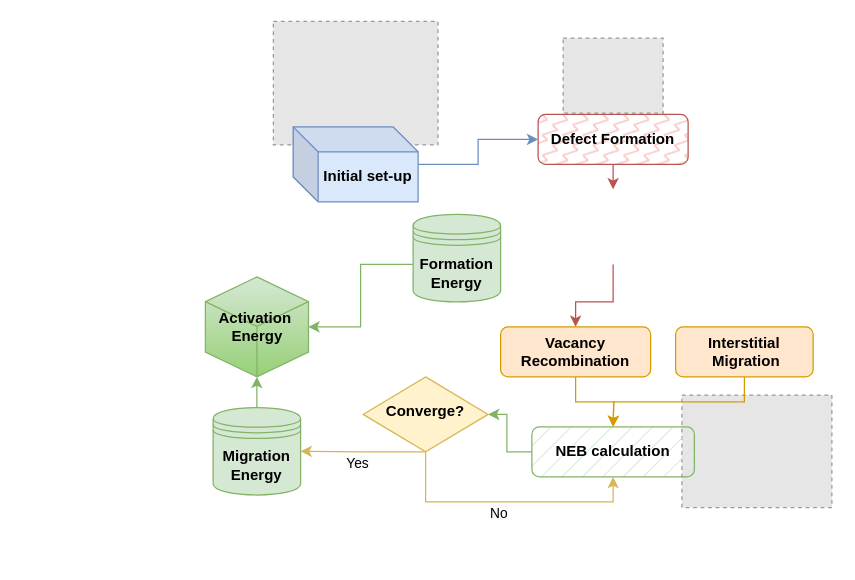
This is Copy of Untitled Diagram.drawio from yicao-elina/drawio, a draw.io file, before an edit. Source tidied: cells renumbered, new cells numbered last; positions are measured from the earlier drawing's top-left corner, leaving out a move shared by most shapes. Both pictures are drawn from the tidied source at 125%, with x=0, y=0 at pixel (205, 21). Pictures stored in the file or linked from it are replaced by grey dashed boxes.
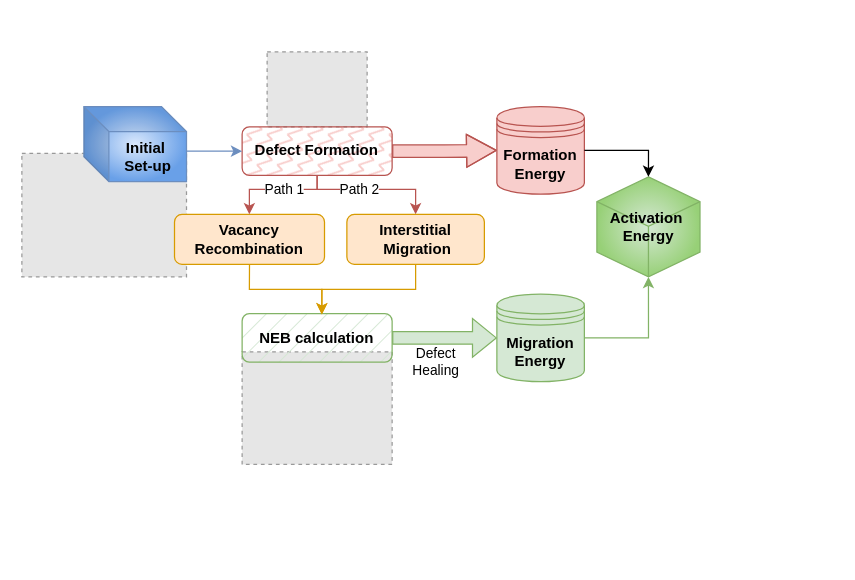
After the change.

Change to the diagram source:
```diff
@@
-    <mxCell id="2" style="group;" parent="1" vertex="1">
-      <mxGeometry x="-0.2" y="-0.4" width="501.2" height="429.4" as="geometry" />
-    </mxCell>
-    <mxCell id="3" style="fillColor=#E6E6E6;strokeColor=#999999;dashed=1;verticalLabelPosition=bottom;labelBackgroundColor=default;verticalAlign=top;" parent="2" vertex="1">
-      <mxGeometry x="381.2" y="298.9" width="120" height="90" as="geometry" />
+    <mxCell id="3" style="fillColor=#E6E6E6;strokeColor=#999999;dashed=1;verticalLabelPosition=bottom;labelBackgroundColor=default;verticalAlign=top;" parent="1" vertex="1">
+      <mxGeometry x="29.2" y="264" width="120" height="90" as="geometry" />
     </mxCell>
-    <mxCell id="4" value="&lt;span style=&quot;color: rgb(0, 0, 0); font-family: Helvetica; font-size: 11px; font-style: normal; font-variant-ligatures: normal; font-variant-caps: normal; font-weight: 400; letter-spacing: normal; orphans: 2; text-align: center; text-indent: 0px; text-transform: none; widows: 2; word-spacing: 0px; -webkit-text-stroke-width: 0px; background-color: rgb(251, 251, 251); text-decoration-thickness: initial; text-decoration-style: initial; text-decoration-color: initial; float: none; display: inline !important;&quot;&gt;No&lt;/span&gt;" style="text;whiteSpace=wrap;html=1;" parent="2" vertex="1">
-      <mxGeometry x="226.2" y="379.4" width="50" height="50" as="geometry" />
-    </mxCell>
-    <mxCell id="5" style="group;" parent="2" vertex="1">
-      <mxGeometry width="486.2" height="389.4" as="geometry" />
-    </mxCell>
-    <mxCell id="6" style="fillColor=#E6E6E6;strokeColor=#999999;dashed=1;verticalLabelPosition=bottom;labelBackgroundColor=default;verticalAlign=top;" parent="5" vertex="1">
-      <mxGeometry x="54.4" width="131.7" height="98.8" as="geometry" />
+    <mxCell id="6" style="fillColor=#E6E6E6;strokeColor=#999999;dashed=1;verticalLabelPosition=bottom;labelBackgroundColor=default;verticalAlign=top;" parent="1" vertex="1">
+      <mxGeometry x="-147" y="105.2" width="131.7" height="98.8" as="geometry" />
     </mxCell>
-    <mxCell id="7" style="fillColor=#E6E6E6;strokeColor=#999999;dashed=1;verticalLabelPosition=bottom;labelBackgroundColor=default;verticalAlign=top;" parent="5" vertex="1">
-      <mxGeometry x="286.2" y="13.4" width="80" height="60" as="geometry" />
+    <mxCell id="7" style="fillColor=#E6E6E6;strokeColor=#999999;dashed=1;verticalLabelPosition=bottom;labelBackgroundColor=default;verticalAlign=top;" parent="1" vertex="1">
+      <mxGeometry x="49.2" y="24" width="80" height="60" as="geometry" />
     </mxCell>
-    <mxCell id="8" style="edgeStyle=orthogonalEdgeStyle;rounded=0;jettySize=auto;html=1;fillColor=#f8cecc;strokeColor=#b85450;" parent="5" edge="1" source="9">
-      <mxGeometry relative="1" as="geometry">
-        <mxPoint x="326.2" y="134.4" as="targetPoint" />
-      </mxGeometry>
-    </mxCell>
+    <mxCell id="28" style="edgeStyle=orthogonalEdgeStyle;rounded=0;jettySize=auto;html=1;exitX=1;exitY=0.5;exitDx=0;exitDy=0;entryX=0;entryY=0.5;entryDx=0;entryDy=0;fillColor=#f8cecc;strokeColor=#b85450;curved=0;jumpStyle=none;endWidth=15.238095238095237;endSize=7.580952380952381;shape=flexArrow;" parent="1" edge="1" source="9" target="25">
+      <mxGeometry relative="1" as="geometry" />
+    </mxCell>
+    <mxCell id="29" style="edgeStyle=orthogonalEdgeStyle;rounded=0;jettySize=auto;html=1;entryX=0.5;entryY=0;entryDx=0;entryDy=0;fillColor=#f8cecc;strokeColor=#b85450;" parent="1" edge="1" source="9" target="12">
+      <mxGeometry relative="1" as="geometry">
+        <Array as="points">
+          <mxPoint x="89" y="134" />
+          <mxPoint x="168" y="134" />
+        </Array>
+      </mxGeometry>
+    </mxCell>
+    <mxCell id="30" value="Path 2" style="edgeLabel;html=1;align=center;verticalAlign=middle;" parent="29" vertex="1">
+      <mxGeometry x="-0.2" y="-1" relative="1" as="geometry">
+        <mxPoint y="-2" as="offset" />
+      </mxGeometry>
+    </mxCell>
-    <mxCell id="9" value="&lt;b&gt;Defect Formation&lt;/b&gt;" style="rounded=1;whiteSpace=wrap;html=1;fontSize=12;glass=0;strokeWidth=1;shadow=0;fillColor=#f8cecc;strokeColor=#b85450;fillStyle=zigzag-line;" parent="5" vertex="1">
-      <mxGeometry x="266.2" y="74.4" width="120" height="40" as="geometry" />
+    <mxCell id="9" value="&lt;b&gt;Defect Formation&lt;/b&gt;" style="rounded=1;whiteSpace=wrap;html=1;fontSize=12;glass=0;strokeWidth=1;shadow=0;fillColor=#f8cecc;strokeColor=#b85450;fillStyle=zigzag-line;gradientColor=none;" parent="1" vertex="1">
+      <mxGeometry x="29.2" y="84" width="120" height="38.8" as="geometry" />
     </mxCell>
-    <mxCell id="10" style="edgeStyle=orthogonalEdgeStyle;rounded=0;jettySize=auto;html=1;entryX=0.5;entryY=0;entryDx=0;entryDy=0;fillColor=#f8cecc;strokeColor=#b85450;" parent="5" edge="1" target="14">
-      <mxGeometry relative="1" as="geometry">
-        <mxPoint x="326.2" y="194.4" as="sourcePoint" />
-        <Array as="points">
-          <mxPoint x="326.2" y="224.4" />
-          <mxPoint x="296.2" y="224.4" />
-        </Array>
-      </mxGeometry>
-    </mxCell>
-    <mxCell id="11" style="edgeStyle=orthogonalEdgeStyle;rounded=0;jettySize=auto;html=1;exitX=0.5;exitY=1;exitDx=0;exitDy=0;entryX=0.5;entryY=0;entryDx=0;entryDy=0;fillColor=#ffe6cc;strokeColor=#d79b00;" parent="5" edge="1" source="12">
-      <mxGeometry relative="1" as="geometry">
-        <mxPoint x="326.2" y="324.4" as="targetPoint" />
-      </mxGeometry>
-    </mxCell>
-    <mxCell id="12" value="&lt;b&gt;Interstitial&lt;br&gt;&amp;nbsp;Migration&lt;/b&gt;" style="rounded=1;whiteSpace=wrap;html=1;fontSize=12;glass=0;strokeWidth=1;shadow=0;fillColor=#ffe6cc;strokeColor=#d79b00;" parent="5" vertex="1">
-      <mxGeometry x="376.2" y="244.4" width="110" height="40" as="geometry" />
+    <mxCell id="12" value="&lt;b&gt;Interstitial&lt;br&gt;&amp;nbsp;Migration&lt;/b&gt;" style="rounded=1;whiteSpace=wrap;html=1;fontSize=12;glass=0;strokeWidth=1;shadow=0;fillColor=#ffe6cc;strokeColor=#d79b00;" parent="1" vertex="1">
+      <mxGeometry x="113" y="154" width="110" height="40" as="geometry" />
     </mxCell>
-    <mxCell id="13" style="edgeStyle=orthogonalEdgeStyle;rounded=0;jettySize=auto;html=1;entryX=0.5;entryY=0;entryDx=0;entryDy=0;fillColor=#ffe6cc;strokeColor=#d79b00;" parent="5" edge="1" source="14">
-      <mxGeometry relative="1" as="geometry">
-        <mxPoint x="326.2" y="324.4" as="targetPoint" />
-      </mxGeometry>
-    </mxCell>
-    <mxCell id="14" value="&lt;b&gt;Vacancy Recombination&lt;/b&gt;" style="rounded=1;whiteSpace=wrap;html=1;fontSize=12;glass=0;strokeWidth=1;shadow=0;fillColor=#ffe6cc;strokeColor=#d79b00;" parent="5" vertex="1">
-      <mxGeometry x="236.2" y="244.4" width="120" height="40" as="geometry" />
+    <mxCell id="14" value="&lt;b&gt;Vacancy Recombination&lt;/b&gt;" style="rounded=1;whiteSpace=wrap;html=1;fontSize=12;glass=0;strokeWidth=1;shadow=0;fillColor=#ffe6cc;strokeColor=#d79b00;" parent="1" vertex="1">
+      <mxGeometry x="-24.9" y="154" width="120" height="40" as="geometry" />
     </mxCell>
-    <mxCell id="15" style="edgeStyle=orthogonalEdgeStyle;rounded=0;jettySize=auto;html=1;entryX=1;entryY=0.5;entryDx=0;entryDy=0;fillColor=#d5e8d4;strokeColor=#82b366;" parent="5" edge="1" source="16" target="19">
-      <mxGeometry relative="1" as="geometry" />
-    </mxCell>
-    <mxCell id="16" value="&lt;b&gt;NEB calculation&lt;/b&gt;" style="rounded=1;whiteSpace=wrap;html=1;fontSize=12;glass=0;strokeWidth=1;shadow=0;fillColor=#d5e8d4;strokeColor=#82b366;fillStyle=hatch;" parent="5" vertex="1">
-      <mxGeometry x="261.2" y="324.4" width="130" height="40" as="geometry" />
+    <mxCell id="16" value="&lt;b&gt;NEB calculation&lt;/b&gt;" style="rounded=1;whiteSpace=wrap;html=1;fontSize=12;glass=0;strokeWidth=1;shadow=0;fillColor=#d5e8d4;strokeColor=#82b366;fillStyle=hatch;" parent="1" vertex="1">
+      <mxGeometry x="29.2" y="233.4" width="120" height="38.8" as="geometry" />
     </mxCell>
-    <mxCell id="17" style="edgeStyle=orthogonalEdgeStyle;rounded=0;jettySize=auto;html=1;fillColor=#fff2cc;strokeColor=#d6b656;entryX=1;entryY=0.5;entryDx=0;entryDy=0;exitX=0.5;exitY=1;exitDx=0;exitDy=0;" parent="5" edge="1" source="19" target="22">
-      <mxGeometry relative="1" as="geometry">
-        <Array as="points">
-          <mxPoint x="126.2" y="344.4" />
-        </Array>
-      </mxGeometry>
-    </mxCell>
-    <mxCell id="18" style="edgeStyle=orthogonalEdgeStyle;rounded=0;jettySize=auto;html=1;entryX=0.5;entryY=1;entryDx=0;entryDy=0;fillColor=#fff2cc;strokeColor=#d6b656;" parent="5" edge="1" source="19" target="16">
-      <mxGeometry relative="1" as="geometry">
-        <Array as="points">
-          <mxPoint x="176.2" y="384.4" />
-          <mxPoint x="326.2" y="384.4" />
-        </Array>
-      </mxGeometry>
-    </mxCell>
-    <mxCell id="19" value="&lt;b&gt;Converge?&lt;/b&gt;" style="rhombus;whiteSpace=wrap;html=1;shadow=0;fontFamily=Helvetica;fontSize=12;align=center;strokeWidth=1;spacing=6;spacingTop=-4;fillColor=#fff2cc;strokeColor=#d6b656;" parent="5" vertex="1">
-      <mxGeometry x="126.2" y="284.4" width="100" height="60" as="geometry" />
-    </mxCell>
-    <mxCell id="20" style="edgeStyle=orthogonalEdgeStyle;rounded=0;jettySize=auto;html=1;entryX=0;entryY=0.5;entryDx=0;entryDy=0;fillColor=#dae8fc;strokeColor=#6c8ebf;" parent="5" edge="1" source="21" target="9">
-      <mxGeometry relative="1" as="geometry" />
+    <mxCell id="20" style="edgeStyle=orthogonalEdgeStyle;rounded=0;jettySize=auto;html=1;entryX=0;entryY=0.5;entryDx=0;entryDy=0;fillColor=#dae8fc;strokeColor=#6c8ebf;" parent="1" edge="1" source="21" target="9">
+      <mxGeometry relative="1" as="geometry">
+        <Array as="points">
+          <mxPoint x="-23.8" y="102.8" />
+          <mxPoint x="-23.8" y="102.8" />
+        </Array>
+      </mxGeometry>
     </mxCell>
-    <mxCell id="21" value="&lt;b&gt;Initial set-up&lt;/b&gt;" style="shape=cube;whiteSpace=wrap;html=1;boundedLbl=1;backgroundOutline=1;darkOpacity=0.05;darkOpacity2=0.1;fillColor=#dae8fc;strokeColor=#6c8ebf;fillStyle=solid;gradientColor=none;" parent="5" vertex="1">
-      <mxGeometry x="70.2" y="84.4" width="100" height="60" as="geometry" />
+    <mxCell id="21" value="&lt;b&gt;Initial&amp;nbsp;&lt;/b&gt;&lt;div&gt;&lt;b&gt;Set-up&lt;/b&gt;&lt;/div&gt;" style="shape=cube;whiteSpace=wrap;html=1;boundedLbl=1;backgroundOutline=1;darkOpacity=0.05;darkOpacity2=0.1;fillColor=#dae8fc;strokeColor=#6c8ebf;fillStyle=solid;gradientColor=#69a0e8;gradientDirection=radial;" parent="1" vertex="1">
+      <mxGeometry x="-97.4" y="67.8" width="82.1" height="60" as="geometry" />
     </mxCell>
-    <mxCell id="22" value="&lt;b&gt;Migration&lt;br&gt;Energy&lt;br&gt;&lt;/b&gt;" style="shape=datastore;whiteSpace=wrap;html=1;fillColor=#d5e8d4;strokeColor=#82b366;fillStyle=auto;" parent="5" vertex="1">
-      <mxGeometry x="6.2" y="308.9" width="70" height="70" as="geometry" />
+    <mxCell id="22" value="&lt;b&gt;Migration&lt;br&gt;Energy&lt;br&gt;&lt;/b&gt;" style="shape=datastore;whiteSpace=wrap;html=1;fillColor=#d5e8d4;strokeColor=#82b366;fillStyle=auto;" parent="1" vertex="1">
+      <mxGeometry x="233" y="217.8" width="70" height="70" as="geometry" />
     </mxCell>
-    <mxCell id="23" value="&lt;span style=&quot;color: rgb(0, 0, 0); font-family: Helvetica; font-size: 11px; font-style: normal; font-variant-ligatures: normal; font-variant-caps: normal; font-weight: 400; letter-spacing: normal; orphans: 2; text-align: center; text-indent: 0px; text-transform: none; widows: 2; word-spacing: 0px; -webkit-text-stroke-width: 0px; background-color: rgb(251, 251, 251); text-decoration-thickness: initial; text-decoration-style: initial; text-decoration-color: initial; float: none; display: inline !important;&quot;&gt;Yes&lt;/span&gt;" style="text;whiteSpace=wrap;html=1;" parent="5" vertex="1">
-      <mxGeometry x="111.2" y="339.4" width="30" height="50" as="geometry" />
-    </mxCell>
-    <mxCell id="24" value="Activation&amp;nbsp;&lt;br&gt;Energy" style="html=1;whiteSpace=wrap;shape=isoCube2;backgroundOutline=1;isoAngle=15;fillColor=#d5e8d4;gradientColor=#97d077;strokeColor=#82b366;fontStyle=1;" parent="5" vertex="1">
-      <mxGeometry y="204.4" width="82.5" height="80" as="geometry" />
+    <mxCell id="24" value="Activation&amp;nbsp;&lt;br&gt;Energy" style="html=1;whiteSpace=wrap;shape=isoCube2;backgroundOutline=1;isoAngle=15;fillColor=#d5e8d4;gradientColor=#97d077;strokeColor=#82b366;fontStyle=1;gradientDirection=radial;" parent="1" vertex="1">
+      <mxGeometry x="313" y="124" width="82.5" height="80" as="geometry" />
     </mxCell>
-    <mxCell id="25" value="&lt;b&gt;Formation&lt;br&gt;Energy&lt;/b&gt;&lt;b&gt;&lt;br&gt;&lt;/b&gt;" style="shape=datastore;whiteSpace=wrap;html=1;fillColor=#d5e8d4;strokeColor=#82b366;fillStyle=auto;" parent="5" vertex="1">
-      <mxGeometry x="166.2" y="154.4" width="70" height="70" as="geometry" />
+    <mxCell id="25" value="&lt;b&gt;Formation&lt;br&gt;Energy&lt;/b&gt;&lt;b&gt;&lt;br&gt;&lt;/b&gt;" style="shape=datastore;whiteSpace=wrap;html=1;fillColor=#f8cecc;strokeColor=#b85450;fillStyle=auto;" parent="1" vertex="1">
+      <mxGeometry x="233" y="67.8" width="70" height="70" as="geometry" />
     </mxCell>
-    <mxCell id="26" style="edgeStyle=orthogonalEdgeStyle;rounded=0;jettySize=auto;html=1;entryX=0.5;entryY=1;entryDx=0;entryDy=0;entryPerimeter=0;fillColor=#d5e8d4;strokeColor=#82b366;" parent="5" edge="1" source="22" target="24">
+    <mxCell id="26" style="edgeStyle=orthogonalEdgeStyle;rounded=0;jettySize=auto;html=1;entryX=0.5;entryY=1;entryDx=0;entryDy=0;entryPerimeter=0;fillColor=#d5e8d4;strokeColor=#82b366;" parent="1" edge="1" source="22" target="24">
       <mxGeometry relative="1" as="geometry" />
     </mxCell>
+    <mxCell id="31" style="endArrow=classic;html=1;rounded=0;fillColor=#ffe6cc;strokeColor=#d79b00;exitX=0.5;exitY=1;exitDx=0;exitDy=0;" parent="1" edge="1" source="14">
+      <mxGeometry relative="1" as="geometry">
+        <mxPoint x="93" y="234" as="targetPoint" />
+        <Array as="points">
+          <mxPoint x="35" y="214" />
+          <mxPoint x="93" y="214" />
+        </Array>
+      </mxGeometry>
+    </mxCell>
+    <mxCell id="32" style="endArrow=classic;html=1;rounded=0;fillColor=#ffe6cc;strokeColor=#d79b00;exitX=0.5;exitY=1;exitDx=0;exitDy=0;entryX=0.531;entryY=0.016;entryDx=0;entryDy=0;entryPerimeter=0;" parent="1" edge="1" source="12" target="16">
+      <mxGeometry relative="1" as="geometry">
+        <Array as="points">
+          <mxPoint x="168" y="214" />
+          <mxPoint x="93" y="214" />
+        </Array>
+      </mxGeometry>
+    </mxCell>
+    <mxCell id="33" style="endArrow=classic;html=1;rounded=0;entryX=0;entryY=0.5;entryDx=0;entryDy=0;exitX=1;exitY=0.5;exitDx=0;exitDy=0;fillColor=#d5e8d4;strokeColor=#82b366;shape=flexArrow;" parent="1" edge="1" source="16" target="22">
+      <mxGeometry relative="1" as="geometry" />
+    </mxCell>
+    <mxCell id="34" value="Defect&lt;div&gt;Healing&lt;/div&gt;" style="edgeLabel;html=1;align=center;verticalAlign=middle;" parent="33" vertex="1">
+      <mxGeometry x="0.03" y="-2" relative="1" as="geometry">
+        <mxPoint x="-9" y="17" as="offset" />
+      </mxGeometry>
+    </mxCell>
-    <mxCell id="27" style="edgeStyle=orthogonalEdgeStyle;rounded=0;jettySize=auto;html=1;entryX=1;entryY=0.5;entryDx=0;entryDy=0;entryPerimeter=0;fillColor=#d5e8d4;strokeColor=#82b366;" parent="5" edge="1" source="25" target="24">
-      <mxGeometry relative="1" as="geometry">
-        <Array as="points">
-          <mxPoint x="124.2" y="194.4" />
-          <mxPoint x="124.2" y="244.4" />
-        </Array>
-      </mxGeometry>
+    <mxCell id="27" style="edgeStyle=orthogonalEdgeStyle;rounded=0;jettySize=auto;html=1;entryX=0.5;entryY=0;entryDx=0;entryDy=0;entryPerimeter=0;" parent="1" edge="1" source="25" target="24">
+      <mxGeometry relative="1" as="geometry" />
     </mxCell>
+    <mxCell id="35" style="edgeStyle=orthogonalEdgeStyle;rounded=0;jettySize=auto;html=1;fillColor=#f8cecc;strokeColor=#b85450;" parent="1" edge="1" source="9" target="14">
+      <mxGeometry relative="1" as="geometry">
+        <Array as="points">
+          <mxPoint x="89" y="134" />
+          <mxPoint x="35" y="134" />
+        </Array>
+      </mxGeometry>
+    </mxCell>
+    <mxCell id="36" value="Path 1" style="edgeLabel;html=1;align=center;verticalAlign=middle;" parent="35" vertex="1">
+      <mxGeometry x="0.19" relative="1" as="geometry">
+        <mxPoint x="13" y="-1" as="offset" />
+      </mxGeometry>
+    </mxCell>
```
